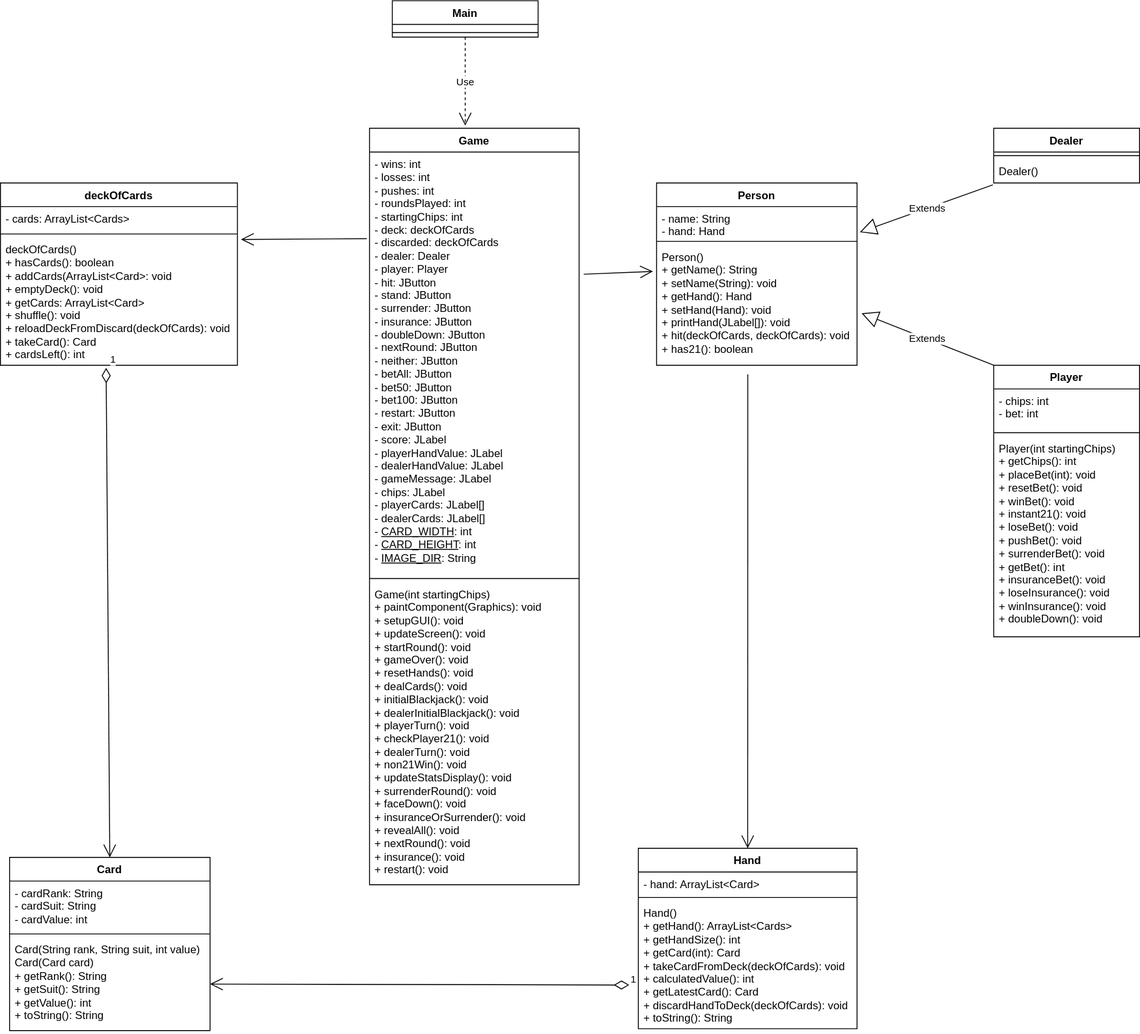
The draw.io diagram java blackjack uml diagram 2.drawio.svg in sleimon/2311BlackjackTeam4, before a commit. Source tidied: cells renumbered, new cells last; positions are measured from the earlier drawing's top-left corner, leaving out a move shared by most shapes. Its diagram source:
```xml
<mxGraphModel>
  <root>
    <mxCell id="0" />
    <mxCell id="1" parent="0" />
    <mxCell id="2" value="Main" style="swimlane;fontStyle=1;align=center;verticalAlign=top;horizontal=1;startSize=26;whiteSpace=wrap;html=1;" parent="1" vertex="1">
      <mxGeometry x="430" width="160" height="40" as="geometry" />
    </mxCell>
    <mxCell id="3" value="+ field: type" style="text;strokeColor=none;fillColor=none;align=left;verticalAlign=top;spacingLeft=4;spacingRight=4;overflow=hidden;whiteSpace=wrap;html=1;" parent="2" vertex="1">
      <mxGeometry y="26" width="160" height="4" as="geometry" />
    </mxCell>
    <mxCell id="4" style="line;strokeWidth=1;fillColor=none;align=left;verticalAlign=middle;spacingTop=-1;spacingLeft=3;spacingRight=3;labelPosition=right;strokeColor=inherit;" parent="2" vertex="1">
      <mxGeometry y="30" width="160" height="10" as="geometry" />
    </mxCell>
    <mxCell id="5" value="deckOfCards" style="swimlane;fontStyle=1;align=center;verticalAlign=top;horizontal=1;startSize=26;whiteSpace=wrap;html=1;" parent="1" vertex="1">
      <mxGeometry y="200" width="260" height="200" as="geometry" />
    </mxCell>
    <mxCell id="6" value="- cards: ArrayList&amp;lt;Cards&amp;gt;" style="text;strokeColor=none;fillColor=none;align=left;verticalAlign=top;spacingLeft=4;spacingRight=4;overflow=hidden;whiteSpace=wrap;html=1;" parent="5" vertex="1">
      <mxGeometry y="26" width="260" height="26" as="geometry" />
    </mxCell>
    <mxCell id="7" style="line;strokeWidth=1;fillColor=none;align=left;verticalAlign=middle;spacingTop=-1;spacingLeft=3;spacingRight=3;labelPosition=right;strokeColor=inherit;" parent="5" vertex="1">
      <mxGeometry y="52" width="260" height="8" as="geometry" />
    </mxCell>
    <mxCell id="8" value="&lt;div&gt;deckOfCards()&lt;/div&gt;+ hasCards(): boolean&lt;div&gt;&lt;span style=&quot;background-color: transparent; color: light-dark(rgb(0, 0, 0), rgb(255, 255, 255));&quot;&gt;+ addCards(ArrayList&amp;lt;Card&amp;gt;: void&lt;/span&gt;&lt;/div&gt;&lt;div&gt;+ emptyDeck(): void&lt;/div&gt;&lt;div&gt;+ getCards: ArrayList&amp;lt;Card&amp;gt;&lt;/div&gt;&lt;div&gt;+ shuffle(): void&lt;/div&gt;&lt;div&gt;+ reloadDeckFromDiscard(deckOfCards): void&lt;/div&gt;&lt;div&gt;+ takeCard(): Card&lt;/div&gt;&lt;div&gt;+ cardsLeft(): int&lt;/div&gt;" style="text;strokeColor=none;fillColor=none;align=left;verticalAlign=top;spacingLeft=4;spacingRight=4;overflow=hidden;points=[[0,0.5],[1,0.5]];portConstraint=eastwest;whiteSpace=wrap;html=1;" parent="5" vertex="1">
      <mxGeometry y="60" width="260" height="140" as="geometry" />
    </mxCell>
    <mxCell id="9" value="Card" style="swimlane;fontStyle=1;align=center;verticalAlign=top;horizontal=1;startSize=26;whiteSpace=wrap;html=1;" parent="1" vertex="1">
      <mxGeometry x="10" y="940" width="220" height="190" as="geometry" />
    </mxCell>
    <mxCell id="10" value="- cardRank: String&lt;div&gt;- cardSuit: String&lt;/div&gt;&lt;div&gt;- cardValue: int&lt;/div&gt;" style="text;strokeColor=none;fillColor=none;align=left;verticalAlign=top;spacingLeft=4;spacingRight=4;overflow=hidden;whiteSpace=wrap;html=1;" parent="9" vertex="1">
      <mxGeometry y="26" width="220" height="54" as="geometry" />
    </mxCell>
    <mxCell id="11" style="line;strokeWidth=1;fillColor=none;align=left;verticalAlign=middle;spacingTop=-1;spacingLeft=3;spacingRight=3;labelPosition=right;strokeColor=inherit;" parent="9" vertex="1">
      <mxGeometry y="80" width="220" height="8" as="geometry" />
    </mxCell>
    <mxCell id="12" value="&lt;div&gt;Card(String rank, String suit, int value)&lt;/div&gt;&lt;div&gt;Card(Card card)&lt;/div&gt;+ getRank(): String&lt;div&gt;+ getSuit(): String&lt;/div&gt;&lt;div&gt;+ getValue(): int&lt;/div&gt;&lt;div&gt;+ toString(): String&lt;/div&gt;" style="text;strokeColor=none;fillColor=none;align=left;verticalAlign=top;spacingLeft=4;spacingRight=4;overflow=hidden;points=[[0,0.5],[1,0.5]];portConstraint=eastwest;whiteSpace=wrap;html=1;" parent="9" vertex="1">
      <mxGeometry y="88" width="220" height="102" as="geometry" />
    </mxCell>
    <mxCell id="13" value="Game" style="swimlane;fontStyle=1;align=center;verticalAlign=top;horizontal=1;startSize=26;whiteSpace=wrap;html=1;" parent="1" vertex="1">
      <mxGeometry x="405" y="140" width="230" height="830" as="geometry" />
    </mxCell>
    <mxCell id="14" value="- wins: int&lt;div&gt;- losses: int&lt;/div&gt;&lt;div&gt;- pushes: int&lt;/div&gt;&lt;div&gt;- roundsPlayed: int&lt;/div&gt;&lt;div&gt;- startingChips: int&lt;/div&gt;&lt;div&gt;- deck: deckOfCards&lt;/div&gt;&lt;div&gt;- discarded: deckOfCards&lt;/div&gt;&lt;div&gt;- dealer: Dealer&lt;/div&gt;&lt;div&gt;- player: Player&lt;/div&gt;&lt;div&gt;- hit: JButton&lt;/div&gt;&lt;div&gt;&lt;div&gt;- stand: JButton&lt;/div&gt;&lt;div&gt;&lt;div&gt;- surrender: JButton&lt;/div&gt;&lt;div&gt;&lt;div&gt;- insurance: JButton&lt;/div&gt;&lt;div&gt;&lt;div&gt;- doubleDown: JButton&lt;/div&gt;&lt;div&gt;&lt;div&gt;- nextRound: JButton&lt;/div&gt;&lt;div&gt;&lt;div&gt;- neither: JButton&lt;/div&gt;&lt;div&gt;&lt;div&gt;- betAll: JButton&lt;/div&gt;&lt;div&gt;&lt;div&gt;- bet50: JButton&lt;/div&gt;&lt;div&gt;&lt;div&gt;- bet100: JButton&lt;/div&gt;&lt;div&gt;&lt;div&gt;- restart: JButton&lt;/div&gt;&lt;div&gt;&lt;div&gt;- exit: JButton&lt;/div&gt;&lt;div&gt;- score: JLabel&lt;/div&gt;&lt;div&gt;&lt;div&gt;- playerHandValue: JLabel&lt;/div&gt;&lt;div&gt;&lt;div&gt;- dealerHandValue: JLabel&lt;/div&gt;&lt;div&gt;&lt;div&gt;- gameMessage: JLabel&lt;/div&gt;&lt;div&gt;&lt;div&gt;- chips: JLabel&lt;/div&gt;&lt;div&gt;&lt;div&gt;- playerCards: JLabel[]&lt;/div&gt;&lt;div&gt;&lt;div&gt;- dealerCards: JLabel[]&lt;/div&gt;&lt;div&gt;- &lt;u&gt;CARD_WIDTH&lt;/u&gt;: int&lt;/div&gt;&lt;div&gt;- &lt;u&gt;CARD_HEIGHT&lt;/u&gt;: int&lt;/div&gt;&lt;div&gt;- &lt;u&gt;IMAGE_DIR&lt;/u&gt;: String&lt;/div&gt;&lt;div&gt;&lt;br&gt;&lt;/div&gt;&lt;/div&gt;&lt;/div&gt;&lt;/div&gt;&lt;/div&gt;&lt;/div&gt;&lt;/div&gt;&lt;div&gt;&lt;br&gt;&lt;/div&gt;&lt;/div&gt;&lt;/div&gt;&lt;/div&gt;&lt;/div&gt;&lt;/div&gt;&lt;/div&gt;&lt;/div&gt;&lt;/div&gt;&lt;/div&gt;&lt;/div&gt;&lt;/div&gt;" style="text;strokeColor=none;fillColor=none;align=left;verticalAlign=top;spacingLeft=4;spacingRight=4;overflow=hidden;points=[[0,0.5],[1,0.5]];portConstraint=eastwest;whiteSpace=wrap;html=1;" parent="13" vertex="1">
      <mxGeometry y="26" width="230" height="464" as="geometry" />
    </mxCell>
    <mxCell id="15" style="line;strokeWidth=1;fillColor=none;align=left;verticalAlign=middle;spacingTop=-1;spacingLeft=3;spacingRight=3;labelPosition=right;strokeColor=inherit;" parent="13" vertex="1">
      <mxGeometry y="490" width="230" height="8" as="geometry" />
    </mxCell>
    <mxCell id="16" value="&lt;div&gt;Game(int startingChips)&lt;/div&gt;+ paintComponent(Graphics): void&lt;div&gt;+ setupGUI(): void&lt;/div&gt;&lt;div&gt;+ updateScreen(): void&lt;/div&gt;&lt;div&gt;+ startRound(): void&lt;/div&gt;&lt;div&gt;+ gameOver(): void&lt;/div&gt;&lt;div&gt;+ resetHands(): void&lt;/div&gt;&lt;div&gt;+ dealCards(): void&lt;/div&gt;&lt;div&gt;+ initialBlackjack(): void&lt;/div&gt;&lt;div&gt;+ dealerInitialBlackjack(): void&lt;/div&gt;&lt;div&gt;+ playerTurn(): void&lt;/div&gt;&lt;div&gt;+ checkPlayer21(): void&lt;/div&gt;&lt;div&gt;+ dealerTurn(): void&lt;/div&gt;&lt;div&gt;+ non21Win(): void&lt;/div&gt;&lt;div&gt;+ updateStatsDisplay(): void&lt;/div&gt;&lt;div&gt;+ surrenderRound(): void&lt;/div&gt;&lt;div&gt;+ faceDown(): void&lt;/div&gt;&lt;div&gt;+ insuranceOrSurrender(): void&lt;/div&gt;&lt;div&gt;+ revealAll(): void&lt;/div&gt;&lt;div&gt;+ nextRound(): void&lt;/div&gt;&lt;div&gt;+ insurance(): void&lt;/div&gt;&lt;div&gt;+ restart(): void&lt;/div&gt;" style="text;strokeColor=none;fillColor=none;align=left;verticalAlign=top;spacingLeft=4;spacingRight=4;overflow=hidden;whiteSpace=wrap;html=1;" parent="13" vertex="1">
      <mxGeometry y="498" width="230" height="332" as="geometry" />
    </mxCell>
    <mxCell id="17" value="Dealer" style="swimlane;fontStyle=1;align=center;verticalAlign=top;horizontal=1;startSize=26;whiteSpace=wrap;html=1;" parent="1" vertex="1">
      <mxGeometry x="1090" y="140" width="160" height="60" as="geometry" />
    </mxCell>
    <mxCell id="18" style="line;strokeWidth=1;fillColor=none;align=left;verticalAlign=middle;spacingTop=-1;spacingLeft=3;spacingRight=3;labelPosition=right;strokeColor=inherit;" parent="17" vertex="1">
      <mxGeometry y="26" width="160" height="8" as="geometry" />
    </mxCell>
    <mxCell id="19" value="Dealer()" style="text;strokeColor=none;fillColor=none;align=left;verticalAlign=top;spacingLeft=4;spacingRight=4;overflow=hidden;points=[[0,0.5],[1,0.5]];portConstraint=eastwest;whiteSpace=wrap;html=1;" parent="17" vertex="1">
      <mxGeometry y="34" width="160" height="26" as="geometry" />
    </mxCell>
    <mxCell id="20" value="Player" style="swimlane;fontStyle=1;align=center;verticalAlign=top;horizontal=1;startSize=26;whiteSpace=wrap;html=1;" parent="1" vertex="1">
      <mxGeometry x="1090" y="400" width="160" height="298" as="geometry" />
    </mxCell>
    <mxCell id="21" value="- chips: int&lt;div&gt;- bet: int&lt;/div&gt;" style="text;strokeColor=none;fillColor=none;align=left;verticalAlign=top;spacingLeft=4;spacingRight=4;overflow=hidden;whiteSpace=wrap;html=1;" parent="20" vertex="1">
      <mxGeometry y="26" width="160" height="44" as="geometry" />
    </mxCell>
    <mxCell id="22" style="line;strokeWidth=1;fillColor=none;align=left;verticalAlign=middle;spacingTop=-1;spacingLeft=3;spacingRight=3;labelPosition=right;strokeColor=inherit;" parent="20" vertex="1">
      <mxGeometry y="70" width="160" height="8" as="geometry" />
    </mxCell>
    <mxCell id="23" value="Player(int startingChips)&lt;div&gt;+ getChips(): int&lt;/div&gt;&lt;div&gt;+ placeBet(int): void&lt;/div&gt;&lt;div&gt;+ resetBet(): void&lt;/div&gt;&lt;div&gt;+ winBet(): void&lt;/div&gt;&lt;div&gt;+ instant21(): void&lt;/div&gt;&lt;div&gt;+ loseBet(): void&lt;/div&gt;&lt;div&gt;+ pushBet(): void&lt;/div&gt;&lt;div&gt;+ surrenderBet(): void&lt;/div&gt;&lt;div&gt;+ getBet(): int&lt;/div&gt;&lt;div&gt;+ insuranceBet(): void&lt;/div&gt;&lt;div&gt;+ loseInsurance(): void&lt;/div&gt;&lt;div&gt;+ winInsurance(): void&lt;/div&gt;&lt;div&gt;+ doubleDown(): void&lt;/div&gt;" style="text;strokeColor=none;fillColor=none;align=left;verticalAlign=top;spacingLeft=4;spacingRight=4;overflow=hidden;whiteSpace=wrap;html=1;" parent="20" vertex="1">
      <mxGeometry y="78" width="160" height="220" as="geometry" />
    </mxCell>
    <mxCell id="24" value="Hand" style="swimlane;fontStyle=1;align=center;verticalAlign=top;horizontal=1;startSize=26;whiteSpace=wrap;html=1;" parent="1" vertex="1">
      <mxGeometry x="700" y="930" width="240" height="198" as="geometry" />
    </mxCell>
    <mxCell id="25" value="- hand: ArrayList&amp;lt;Card&amp;gt;" style="text;strokeColor=none;fillColor=none;align=left;verticalAlign=top;spacingLeft=4;spacingRight=4;overflow=hidden;whiteSpace=wrap;html=1;" parent="24" vertex="1">
      <mxGeometry y="26" width="240" height="24" as="geometry" />
    </mxCell>
    <mxCell id="26" style="line;strokeWidth=1;fillColor=none;align=left;verticalAlign=middle;spacingTop=-1;spacingLeft=3;spacingRight=3;labelPosition=right;strokeColor=inherit;" parent="24" vertex="1">
      <mxGeometry y="50" width="240" height="8" as="geometry" />
    </mxCell>
    <mxCell id="27" value="Hand()&lt;div&gt;+ getHand(): ArrayList&amp;lt;Cards&amp;gt;&lt;/div&gt;&lt;div&gt;+ getHandSize(): int&lt;/div&gt;&lt;div&gt;+ getCard(int): Card&lt;/div&gt;&lt;div&gt;+ takeCardFromDeck(deckOfCards): void&lt;/div&gt;&lt;div&gt;+ calculatedValue(): int&lt;/div&gt;&lt;div&gt;+ getLatestCard(): Card&lt;/div&gt;&lt;div&gt;+ discardHandToDeck(deckOfCards): void&lt;/div&gt;&lt;div&gt;+ toString(): String&lt;/div&gt;" style="text;strokeColor=none;fillColor=none;align=left;verticalAlign=top;spacingLeft=4;spacingRight=4;overflow=hidden;whiteSpace=wrap;html=1;" parent="24" vertex="1">
      <mxGeometry y="58" width="240" height="140" as="geometry" />
    </mxCell>
    <mxCell id="28" value="Person" style="swimlane;fontStyle=1;align=center;verticalAlign=top;horizontal=1;startSize=26;whiteSpace=wrap;html=1;" parent="1" vertex="1">
      <mxGeometry x="720" y="200" width="220" height="200" as="geometry" />
    </mxCell>
    <mxCell id="29" value="- name: String&lt;div&gt;- hand: Hand&lt;/div&gt;" style="text;strokeColor=none;fillColor=none;align=left;verticalAlign=top;spacingLeft=4;spacingRight=4;overflow=hidden;points=[[0,0.5],[1,0.5]];portConstraint=eastwest;whiteSpace=wrap;html=1;" parent="28" vertex="1">
      <mxGeometry y="26" width="220" height="34" as="geometry" />
    </mxCell>
    <mxCell id="30" style="line;strokeWidth=1;fillColor=none;align=left;verticalAlign=middle;spacingTop=-1;spacingLeft=3;spacingRight=3;labelPosition=right;strokeColor=inherit;" parent="28" vertex="1">
      <mxGeometry y="60" width="220" height="8" as="geometry" />
    </mxCell>
    <mxCell id="31" value="Person()&lt;div&gt;+ getName(): String&lt;/div&gt;&lt;div&gt;+ setName(String): void&lt;/div&gt;&lt;div&gt;+ getHand(): Hand&lt;/div&gt;&lt;div&gt;+ setHand(Hand): void&lt;/div&gt;&lt;div&gt;+ printHand(JLabel[]): void&lt;/div&gt;&lt;div&gt;+ hit(deckOfCards, deckOfCards): void&lt;/div&gt;&lt;div&gt;+ has21(): boolean&lt;/div&gt;" style="text;strokeColor=none;fillColor=none;align=left;verticalAlign=top;spacingLeft=4;spacingRight=4;overflow=hidden;points=[[0,0.5],[1,0.5]];portConstraint=eastwest;whiteSpace=wrap;html=1;" parent="28" vertex="1">
      <mxGeometry y="68" width="220" height="132" as="geometry" />
    </mxCell>
    <mxCell id="32" value="Use" style="endArrow=open;endSize=12;dashed=1;html=1;rounded=0;exitX=0.5;exitY=1;exitDx=0;exitDy=0;" parent="1" edge="1" source="2">
      <mxGeometry relative="1" as="geometry">
        <mxPoint x="510" y="137" as="targetPoint" />
      </mxGeometry>
    </mxCell>
    <mxCell id="33" value="Extends" style="endArrow=block;endSize=16;endFill=0;html=1;rounded=0;entryX=1.023;entryY=0.568;entryDx=0;entryDy=0;entryPerimeter=0;exitX=0;exitY=0;exitDx=0;exitDy=0;" parent="1" edge="1" source="20" target="31">
      <mxGeometry relative="1" as="geometry" />
    </mxCell>
    <mxCell id="34" value="Extends" style="endArrow=block;endSize=16;endFill=0;html=1;rounded=0;entryX=1.014;entryY=0.824;entryDx=0;entryDy=0;exitX=-0.006;exitY=1.077;exitDx=0;exitDy=0;exitPerimeter=0;entryPerimeter=0;" parent="1" edge="1" source="19" target="29">
      <mxGeometry relative="1" as="geometry" />
    </mxCell>
    <mxCell id="35" style="endArrow=open;endFill=1;endSize=12;html=1;rounded=0;entryX=0.5;entryY=0;entryDx=0;entryDy=0;exitX=0.455;exitY=1.076;exitDx=0;exitDy=0;exitPerimeter=0;" parent="1" edge="1" source="31" target="24">
      <mxGeometry relative="1" as="geometry" />
    </mxCell>
    <mxCell id="36" value="1" style="endArrow=open;html=1;endSize=12;startArrow=diamondThin;startSize=14;startFill=0;align=left;verticalAlign=bottom;rounded=0;entryX=1;entryY=0.5;entryDx=0;entryDy=0;" parent="1" edge="1" target="12">
      <mxGeometry x="-1" y="3" relative="1" as="geometry">
        <mxPoint x="690" y="1080" as="sourcePoint" />
      </mxGeometry>
    </mxCell>
    <mxCell id="37" value="1" style="endArrow=open;html=1;endSize=12;startArrow=diamondThin;startSize=14;startFill=0;align=left;verticalAlign=bottom;rounded=0;exitX=0.446;exitY=1.021;exitDx=0;exitDy=0;exitPerimeter=0;entryX=0.5;entryY=0;entryDx=0;entryDy=0;" parent="1" edge="1" source="8" target="9">
      <mxGeometry x="-1" y="3" relative="1" as="geometry" />
    </mxCell>
    <mxCell id="38" style="endArrow=open;endFill=1;endSize=12;html=1;rounded=0;entryX=-0.018;entryY=0.22;entryDx=0;entryDy=0;entryPerimeter=0;exitX=1.022;exitY=0.289;exitDx=0;exitDy=0;exitPerimeter=0;" parent="1" edge="1" source="14" target="31">
      <mxGeometry relative="1" as="geometry" />
    </mxCell>
    <mxCell id="39" style="endArrow=open;endFill=1;endSize=12;html=1;rounded=0;exitX=-0.013;exitY=0.205;exitDx=0;exitDy=0;exitPerimeter=0;entryX=1.015;entryY=0.014;entryDx=0;entryDy=0;entryPerimeter=0;" parent="1" edge="1" source="14" target="8">
      <mxGeometry relative="1" as="geometry" />
    </mxCell>
  </root>
</mxGraphModel>
```
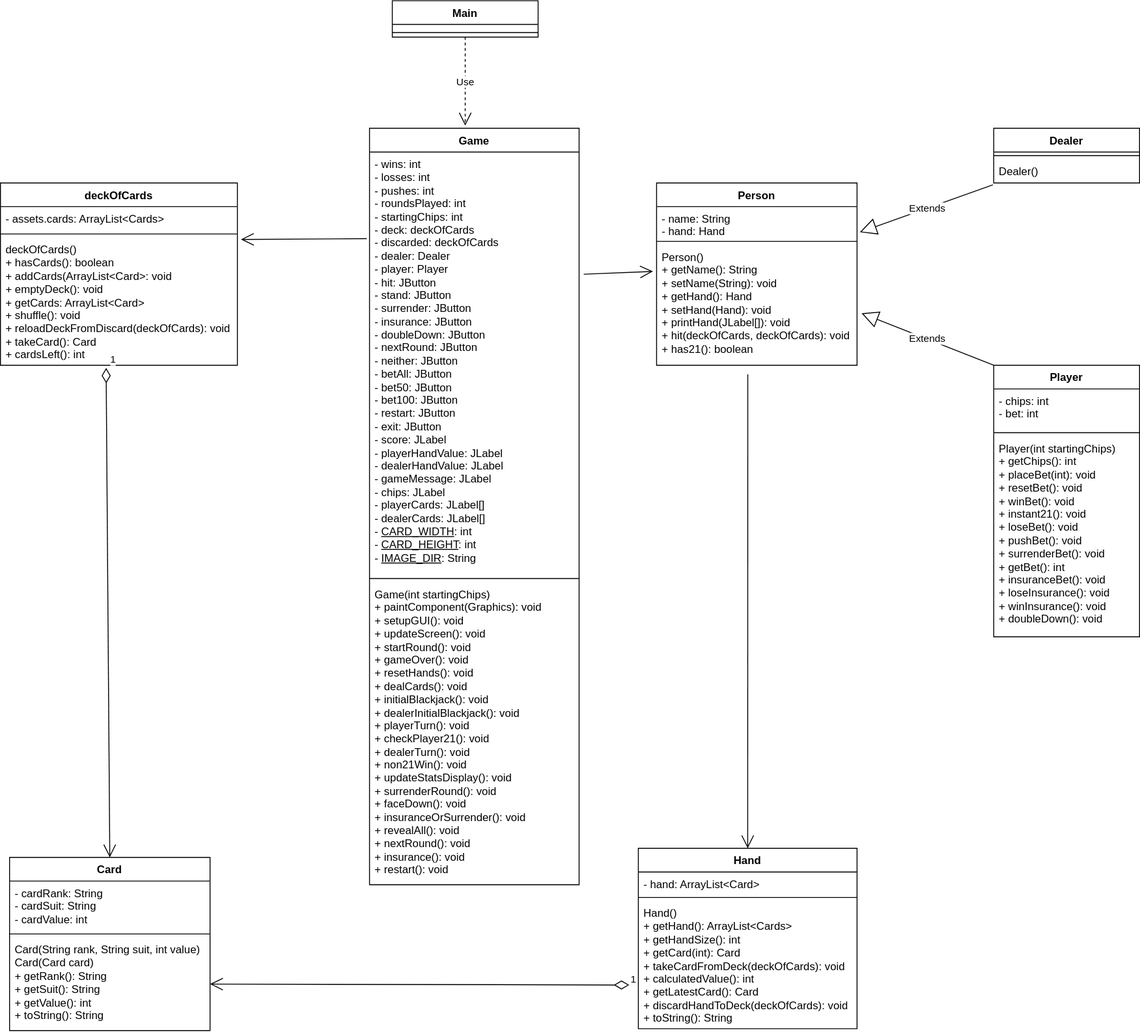
After the commit.

The edit, as a diff of the source:
```diff
@@ -14,7 +14,7 @@
     <mxCell id="5" value="deckOfCards" style="swimlane;fontStyle=1;align=center;verticalAlign=top;horizontal=1;startSize=26;whiteSpace=wrap;html=1;" parent="1" vertex="1">
       <mxGeometry y="200" width="260" height="200" as="geometry" />
     </mxCell>
-    <mxCell id="6" value="- cards: ArrayList&amp;lt;Cards&amp;gt;" style="text;strokeColor=none;fillColor=none;align=left;verticalAlign=top;spacingLeft=4;spacingRight=4;overflow=hidden;whiteSpace=wrap;html=1;" parent="5" vertex="1">
+    <mxCell id="6" value="- assets.cards: ArrayList&amp;lt;Cards&amp;gt;" style="text;strokeColor=none;fillColor=none;align=left;verticalAlign=top;spacingLeft=4;spacingRight=4;overflow=hidden;whiteSpace=wrap;html=1;" parent="5" vertex="1">
       <mxGeometry y="26" width="260" height="26" as="geometry" />
     </mxCell>
     <mxCell id="7" style="line;strokeWidth=1;fillColor=none;align=left;verticalAlign=middle;spacingTop=-1;spacingLeft=3;spacingRight=3;labelPosition=right;strokeColor=inherit;" parent="5" vertex="1">
```
